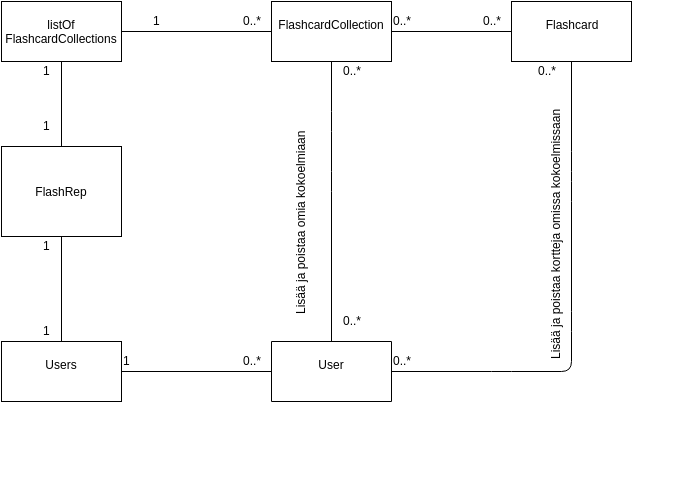
This is dokumentaatio/MaarittelyvaiheenLuokkakaavio.png from RIR/FlashRep, a draw.io export, as it was before one commit. Source tidied: cells renumbered, new cells last; positions are measured from the earlier drawing's top-left corner, leaving out a move shared by most shapes.
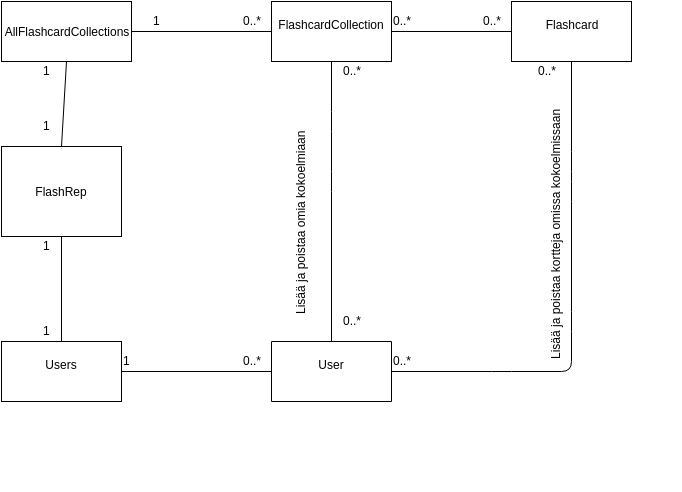
Later version of the same file.

Change to the diagram source:
```diff
@@ -40,8 +40,8 @@
     <mxCell id="9" value="Users&lt;div&gt;&lt;br&gt;&lt;/div&gt;" style="whiteSpace=wrap;html=1;" parent="1" vertex="1">
       <mxGeometry y="340" width="120" height="60" as="geometry" />
     </mxCell>
-    <mxCell id="10" value="&lt;div&gt;listOf&lt;/div&gt;&lt;div&gt;FlashcardCollections&lt;/div&gt;" style="whiteSpace=wrap;html=1;" parent="1" vertex="1">
-      <mxGeometry width="120" height="60" as="geometry" />
+    <mxCell id="10" value="&lt;div&gt;All&lt;span&gt;FlashcardCollections&lt;/span&gt;&lt;/div&gt;" style="whiteSpace=wrap;html=1;" parent="1" vertex="1">
+      <mxGeometry width="130" height="60" as="geometry" />
     </mxCell>
     <mxCell id="11" style="endArrow=none;html=1;strokeColor=#000000;startArrow=none;startFill=0;endFill=0;exitX=1;exitY=0.5;entryX=0;entryY=0.5;" parent="1" edge="1" target="3">
       <mxGeometry relative="1" as="geometry">
```
